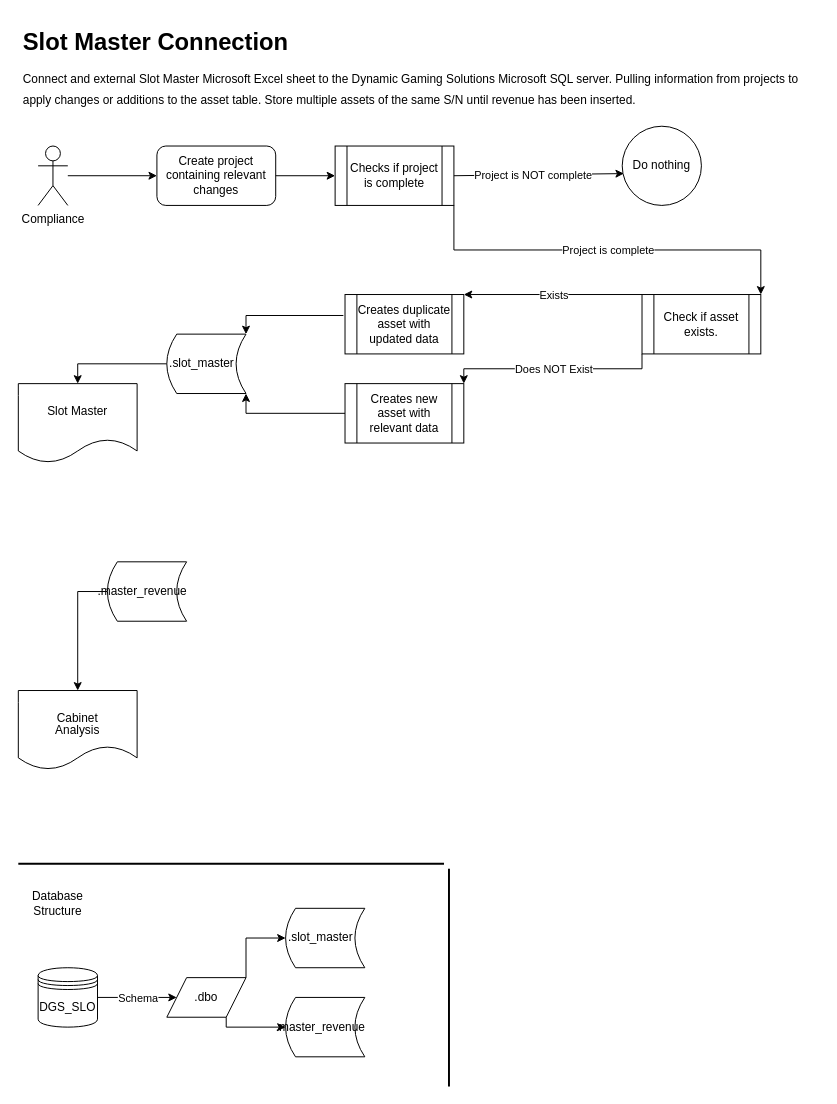
pcollins425/learning keeps this draw.io diagram as Slot_Master.drawio. Above is the earlier version. Source tidied: cells renumbered, new cells numbered last; positions are measured from the earlier drawing's top-left corner, leaving out a move shared by most shapes. Both pictures are drawn from the tidied source at 99%, with x=0, y=0 at pixel (18, 27).
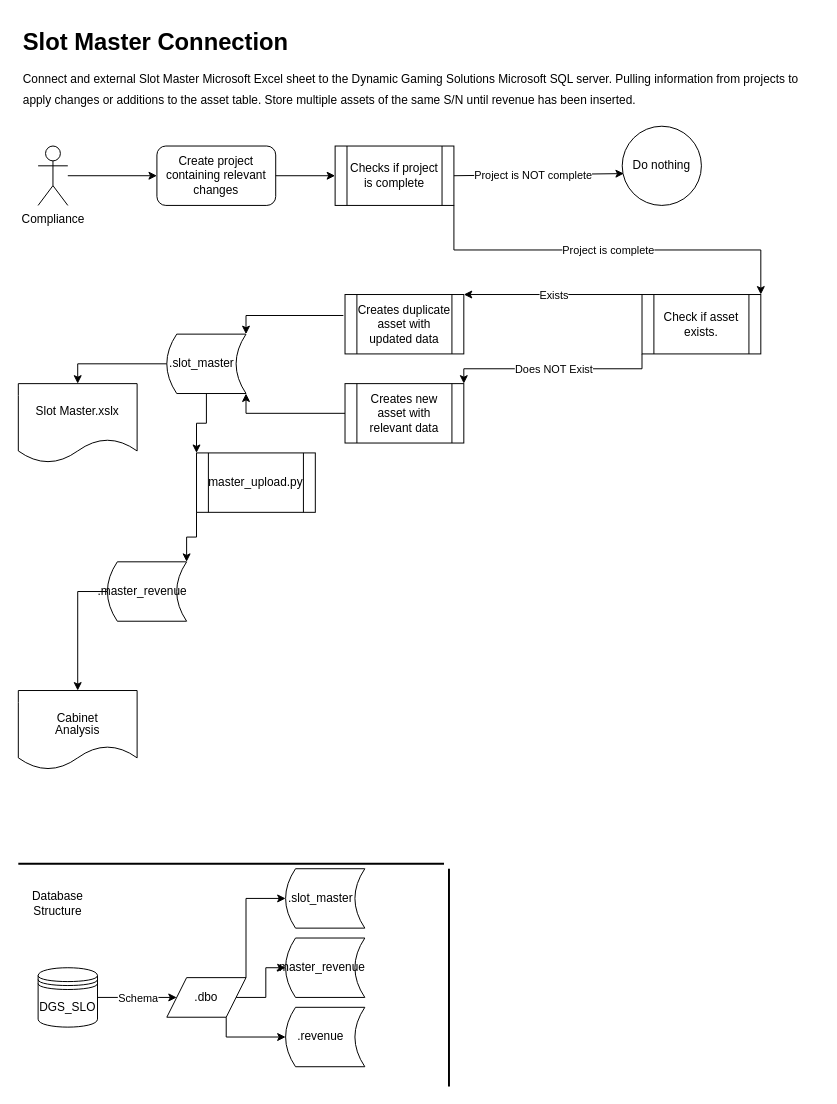
The same page after the edit.

Commit message:
Started upload flow

The change refers to these unchanged cells:
```xml
<mxCell id="26" value=".dbo" style="shape=parallelogram;perimeter=parallelogramPerimeter;whiteSpace=wrap;html=1;fixedSize=1;" parent="1" vertex="1">
  <mxGeometry x="150" y="960" width="80" height="40" as="geometry" />
</mxCell>
<mxCell id="36" value=".slot_master" style="shape=dataStorage;whiteSpace=wrap;html=1;fixedSize=1;size=10;spacingRight=9;" parent="1" vertex="1">
  <mxGeometry x="150" y="310" width="80" height="60" as="geometry" />
</mxCell>
<mxCell id="37" value=".master_revenue" style="shape=dataStorage;whiteSpace=wrap;html=1;fixedSize=1;size=10;spacingRight=9;" parent="1" vertex="1">
  <mxGeometry x="90" y="540" width="80" height="60" as="geometry" />
</mxCell>
```

What changed in the source:
```diff
@@
-    <mxCell id="22" value="Slot Master" style="shape=document;whiteSpace=wrap;html=1;boundedLbl=1;" parent="1" vertex="1">
+    <mxCell id="22" value="Slot Master.xslx" style="shape=document;whiteSpace=wrap;html=1;boundedLbl=1;" parent="1" vertex="1">
       <mxGeometry y="360" width="120" height="80" as="geometry" />
     </mxCell>
@@
     <mxCell id="29" value=".slot_master" style="shape=dataStorage;whiteSpace=wrap;html=1;fixedSize=1;size=10;spacingRight=9;" parent="1" vertex="1">
-      <mxGeometry x="270" y="890" width="80" height="60" as="geometry" />
+      <mxGeometry x="270" y="850" width="80" height="60" as="geometry" />
     </mxCell>
     <mxCell id="30" value=".master_revenue" style="shape=dataStorage;whiteSpace=wrap;html=1;fixedSize=1;size=10;spacingRight=9;" parent="1" vertex="1">
-      <mxGeometry x="270" y="980" width="80" height="60" as="geometry" />
+      <mxGeometry x="270" y="920" width="80" height="60" as="geometry" />
     </mxCell>
@@
-    <mxCell id="32" style="endArrow=classic;html=1;strokeWidth=1;exitX=0.75;exitY=1;exitDx=0;exitDy=0;entryX=0;entryY=0.5;entryDx=0;entryDy=0;edgeStyle=orthogonalEdgeStyle;arcSize=0;" parent="1" edge="1" source="26" target="30">
+    <mxCell id="32" style="endArrow=classic;html=1;strokeWidth=1;exitX=1;exitY=0.5;exitDx=0;exitDy=0;entryX=0;entryY=0.5;entryDx=0;entryDy=0;edgeStyle=orthogonalEdgeStyle;arcSize=0;" parent="1" edge="1" source="26" target="30">
       <mxGeometry relative="1" as="geometry" />
     </mxCell>
@@
+    <mxCell id="39" value=".revenue" style="shape=dataStorage;whiteSpace=wrap;html=1;fixedSize=1;size=10;spacingRight=9;" parent="1" vertex="1">
+      <mxGeometry x="270" y="990" width="80" height="60" as="geometry" />
+    </mxCell>
+    <mxCell id="40" style="endArrow=classic;html=1;strokeWidth=1;exitX=0.75;exitY=1;exitDx=0;exitDy=0;entryX=0;entryY=0.5;entryDx=0;entryDy=0;edgeStyle=orthogonalEdgeStyle;arcSize=0;" parent="1" edge="1" source="26" target="39">
+      <mxGeometry relative="1" as="geometry" />
+    </mxCell>
+    <mxCell id="41" value="master_upload.py" style="shape=process;whiteSpace=wrap;html=1;backgroundOutline=1;" parent="1" vertex="1">
+      <mxGeometry x="180" y="430" width="120" height="60" as="geometry" />
+    </mxCell>
+    <mxCell id="42" style="endArrow=classic;html=1;strokeWidth=1;exitX=0.5;exitY=1;exitDx=0;exitDy=0;entryX=0;entryY=0;entryDx=0;entryDy=0;edgeStyle=orthogonalEdgeStyle;arcSize=0;" parent="1" edge="1" source="36" target="41">
+      <mxGeometry relative="1" as="geometry" />
+    </mxCell>
+    <mxCell id="43" style="endArrow=classic;html=1;strokeWidth=1;exitX=0;exitY=1;exitDx=0;exitDy=0;entryX=1;entryY=0;entryDx=0;entryDy=0;arcSize=0;edgeStyle=orthogonalEdgeStyle;" parent="1" edge="1" source="41" target="37">
+      <mxGeometry relative="1" as="geometry" />
+    </mxCell>
```
